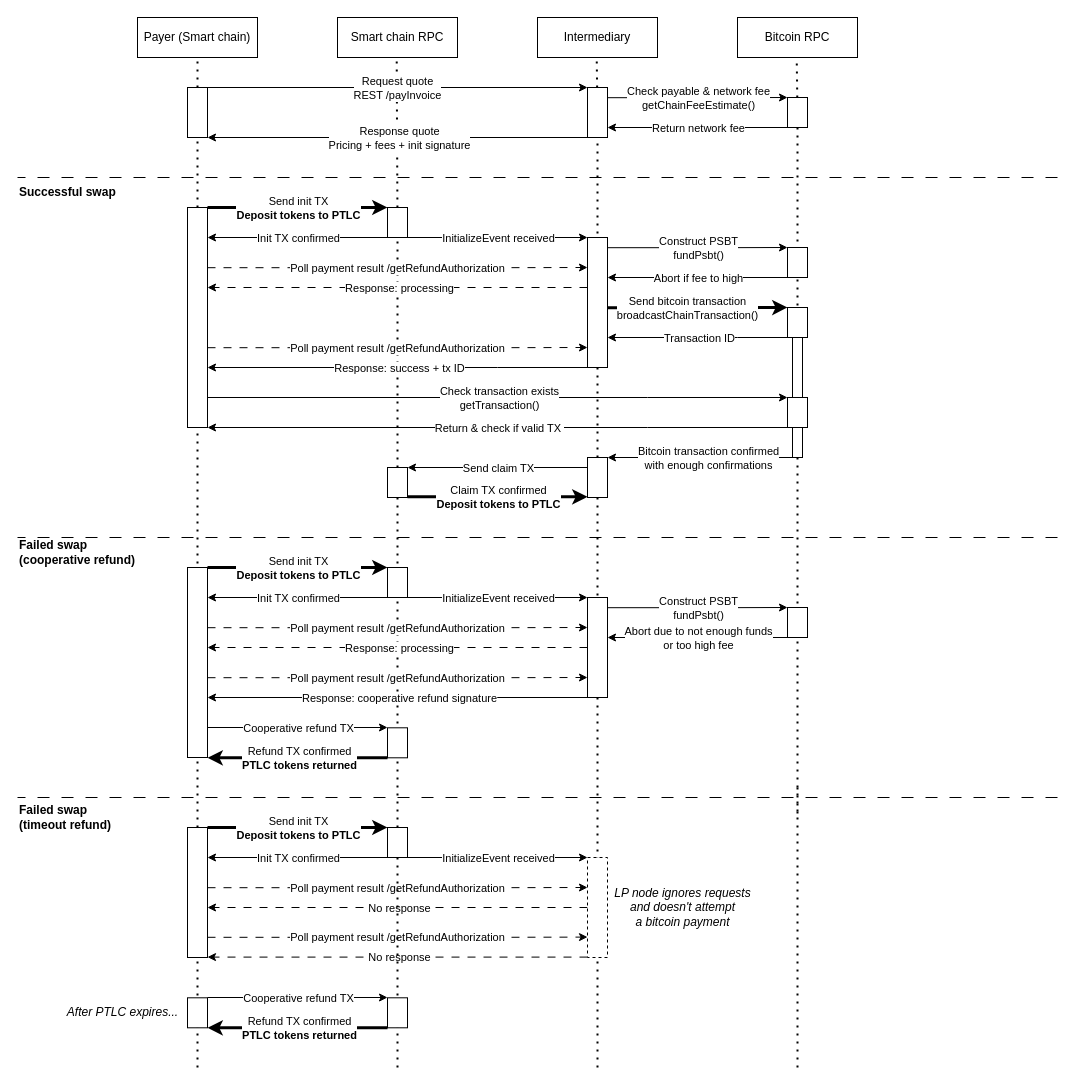
Before: diagrams/tobtc-diagram.drawio in atomiqlabs/atomiq-docs, a draw.io diagram. Source tidied: cells renumbered, new cells numbered last; positions are measured from the earlier drawing's top-left corner, leaving out a move shared by most shapes. Both pictures are drawn from the tidied source at 100%, with x=0, y=0 at pixel (17, 17).
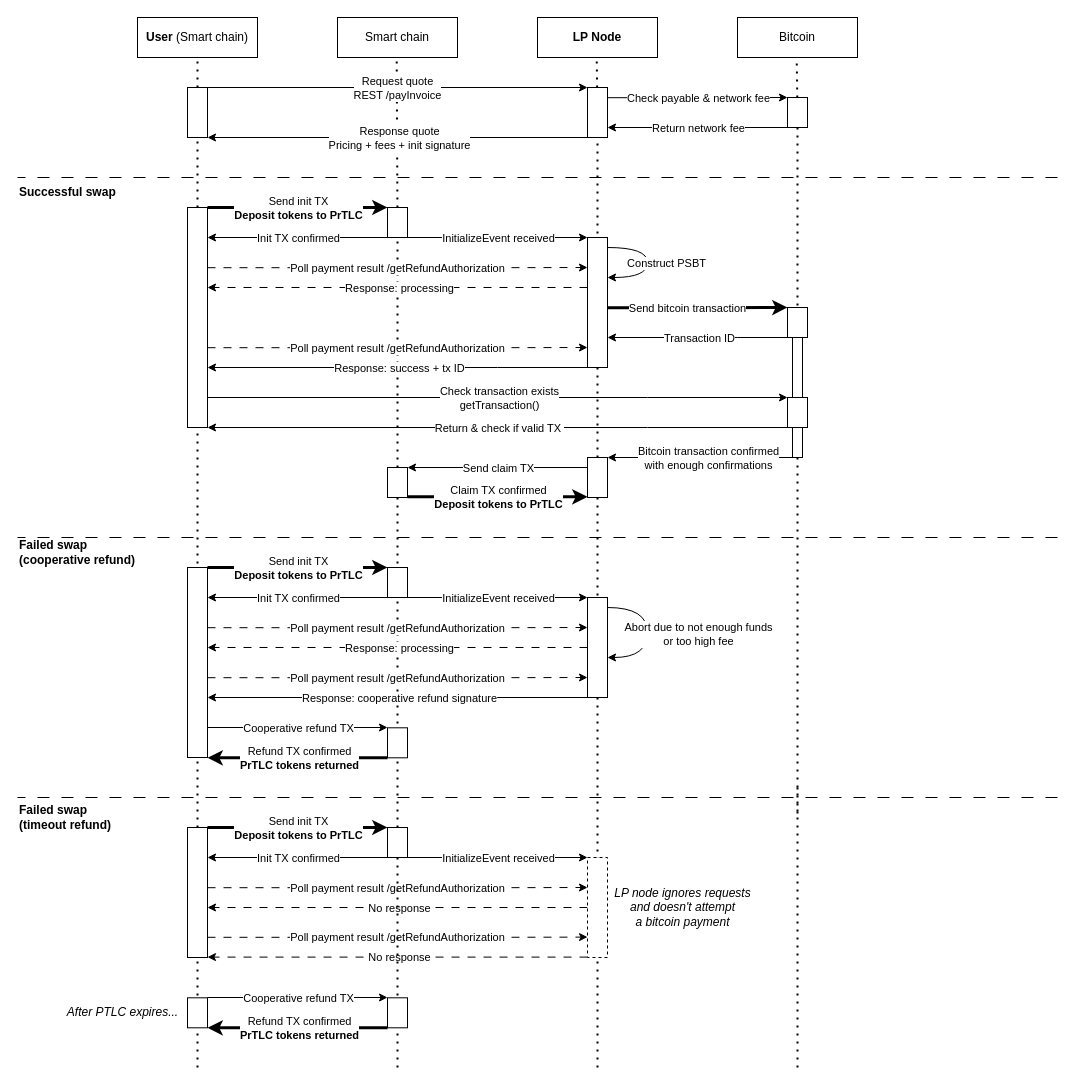
The same diagram, later.

The change refers to these unchanged cells:
```xml
<mxCell id="18" style="edgeStyle=orthogonalEdgeStyle;rounded=0;jettySize=auto;html=1;exitX=1;exitY=0;exitDx=0;exitDy=0;entryX=0;entryY=0;entryDx=0;entryDy=0;" parent="1" edge="1" target="23">
  <mxGeometry relative="1" as="geometry">
    <mxPoint x="590" y="80.2" as="sourcePoint" />
    <Array as="points">
      <mxPoint x="700" y="80" />
    </Array>
  </mxGeometry>
</mxCell>
<mxCell id="25" style="edgeStyle=orthogonalEdgeStyle;rounded=0;jettySize=auto;html=1;exitX=1;exitY=0;exitDx=0;exitDy=0;entryX=0;entryY=0;entryDx=0;entryDy=0;endArrow=classic;endFill=1;strokeWidth=3;" parent="1" edge="1" source="27" target="31">
  <mxGeometry relative="1" as="geometry">
    <Array as="points">
      <mxPoint x="280" y="190" />
      <mxPoint x="280" y="190" />
    </Array>
  </mxGeometry>
</mxCell>
<mxCell id="40" style="edgeStyle=orthogonalEdgeStyle;rounded=0;jettySize=auto;html=1;exitX=1;exitY=0;exitDx=0;exitDy=0;entryX=0;entryY=0;entryDx=0;entryDy=0;strokeWidth=3;" parent="1" edge="1" target="44">
  <mxGeometry relative="1" as="geometry">
    <mxPoint x="590" y="290.2" as="sourcePoint" />
    <Array as="points">
      <mxPoint x="700" y="290" />
    </Array>
  </mxGeometry>
</mxCell>
<mxCell id="53" style="edgeStyle=orthogonalEdgeStyle;rounded=0;jettySize=auto;html=1;exitX=1;exitY=0;exitDx=0;exitDy=0;entryX=0;entryY=0;entryDx=0;entryDy=0;endArrow=classic;endFill=1;strokeWidth=3;" parent="1" edge="1" source="55">
  <mxGeometry relative="1" as="geometry">
    <mxPoint x="370" y="810" as="targetPoint" />
    <Array as="points">
      <mxPoint x="280" y="810" />
      <mxPoint x="280" y="810" />
    </Array>
  </mxGeometry>
</mxCell>
<mxCell id="72" style="edgeStyle=orthogonalEdgeStyle;rounded=0;orthogonalLoop=1;jettySize=auto;html=1;exitX=0;exitY=1;exitDx=0;exitDy=0;strokeWidth=3;startArrow=none;startFill=0;endArrow=classic;endFill=1;" parent="1" edge="1">
  <mxGeometry relative="1" as="geometry">
    <mxPoint x="370" y="1010.3" as="sourcePoint" />
    <mxPoint x="190" y="1010.3" as="targetPoint" />
    <Array as="points">
      <mxPoint x="270" y="1010.3" />
      <mxPoint x="270" y="1010.3" />
    </Array>
  </mxGeometry>
</mxCell>
<mxCell id="93" style="edgeStyle=orthogonalEdgeStyle;rounded=0;orthogonalLoop=1;jettySize=auto;html=1;exitX=1;exitY=0;exitDx=0;exitDy=0;entryX=0;entryY=0;entryDx=0;entryDy=0;endArrow=classic;endFill=1;strokeWidth=3;" parent="1" edge="1">
  <mxGeometry relative="1" as="geometry">
    <mxPoint x="390" y="479.3" as="sourcePoint" />
    <mxPoint x="570" y="479.3" as="targetPoint" />
    <Array as="points">
      <mxPoint x="480" y="479.3" />
      <mxPoint x="480" y="479.3" />
    </Array>
  </mxGeometry>
</mxCell>
<mxCell id="99" style="edgeStyle=orthogonalEdgeStyle;rounded=0;jettySize=auto;html=1;exitX=1;exitY=0;exitDx=0;exitDy=0;entryX=0;entryY=0;entryDx=0;entryDy=0;endArrow=classic;endFill=1;strokeWidth=3;" parent="1" edge="1" source="101" target="104">
  <mxGeometry relative="1" as="geometry">
    <Array as="points">
      <mxPoint x="280" y="550" />
      <mxPoint x="280" y="550" />
    </Array>
  </mxGeometry>
</mxCell>
<mxCell id="124" style="edgeStyle=orthogonalEdgeStyle;rounded=0;jettySize=auto;html=1;exitX=0;exitY=1;exitDx=0;exitDy=0;strokeWidth=3;startArrow=none;startFill=0;endArrow=classic;endFill=1;" parent="1" edge="1" source="126">
  <mxGeometry relative="1" as="geometry">
    <mxPoint x="190" y="740.3" as="targetPoint" />
    <Array as="points">
      <mxPoint x="270" y="740.3" />
      <mxPoint x="270" y="740.3" />
    </Array>
  </mxGeometry>
</mxCell>
```

What changed in the source:
```diff
@@
-    <mxCell id="2" value="Payer (Smart chain)" style="rounded=0;whiteSpace=wrap;html=1;" parent="1" vertex="1">
+    <mxCell id="2" value="&lt;b&gt;User &lt;/b&gt;(Smart chain)" style="rounded=0;whiteSpace=wrap;html=1;" parent="1" vertex="1">
       <mxGeometry x="120" width="120" height="40" as="geometry" />
     </mxCell>
-    <mxCell id="3" value="Intermediary" style="rounded=0;whiteSpace=wrap;html=1;" parent="1" vertex="1">
+    <mxCell id="3" value="&lt;b&gt;LP Node&lt;/b&gt;" style="rounded=0;whiteSpace=wrap;html=1;" parent="1" vertex="1">
       <mxGeometry x="520" width="120" height="40" as="geometry" />
     </mxCell>
-    <mxCell id="4" value="Smart chain RPC" style="rounded=0;whiteSpace=wrap;html=1;" parent="1" vertex="1">
+    <mxCell id="4" value="Smart chain" style="rounded=0;whiteSpace=wrap;html=1;" parent="1" vertex="1">
       <mxGeometry x="320" width="120" height="40" as="geometry" />
     </mxCell>
@@
-    <mxCell id="16" value="Bitcoin RPC" style="rounded=0;whiteSpace=wrap;html=1;" parent="1" vertex="1">
+    <mxCell id="16" value="Bitcoin" style="rounded=0;whiteSpace=wrap;html=1;" parent="1" vertex="1">
       <mxGeometry x="720" width="120" height="40" as="geometry" />
     </mxCell>
@@
-    <mxCell id="19" value="Check payable &amp;amp; network fee&lt;br&gt;getChainFeeEstimate()" style="edgeLabel;html=1;align=center;verticalAlign=middle;" parent="18" vertex="1">
+    <mxCell id="19" value="Check payable &amp;amp; network fee" style="edgeLabel;html=1;align=center;verticalAlign=middle;" parent="18" vertex="1">
       <mxGeometry x="-0.11" y="-2" relative="1" as="geometry">
         <mxPoint x="10" y="-2" as="offset" />
       </mxGeometry>
     </mxCell>
@@
-    <mxCell id="26" value="Send init TX&lt;br&gt;&lt;b&gt;Deposit tokens to PTLC&lt;/b&gt;" style="edgeLabel;html=1;align=center;verticalAlign=middle;" parent="25" vertex="1">
+    <mxCell id="26" value="Send init TX&lt;br&gt;&lt;b&gt;Deposit tokens to PrTLC&lt;/b&gt;" style="edgeLabel;html=1;align=center;verticalAlign=middle;" parent="25" vertex="1">
       <mxGeometry x="-0.07" relative="1" as="geometry">
         <mxPoint x="6" as="offset" />
       </mxGeometry>
     </mxCell>
@@
-    <mxCell id="35" style="edgeStyle=orthogonalEdgeStyle;rounded=0;jettySize=auto;html=1;exitX=1;exitY=0;exitDx=0;exitDy=0;entryX=0;entryY=0;entryDx=0;entryDy=0;" parent="1" edge="1" target="39">
-      <mxGeometry relative="1" as="geometry">
-        <mxPoint x="590" y="230.2" as="sourcePoint" />
-        <Array as="points">
-          <mxPoint x="700" y="230" />
-        </Array>
-      </mxGeometry>
-    </mxCell>
-    <mxCell id="36" value="Construct PSBT&lt;br&gt;fundPsbt()" style="edgeLabel;html=1;align=center;verticalAlign=middle;" parent="35" vertex="1">
-      <mxGeometry x="-0.11" y="-2" relative="1" as="geometry">
-        <mxPoint x="10" y="-2" as="offset" />
-      </mxGeometry>
-    </mxCell>
-    <mxCell id="37" style="edgeStyle=orthogonalEdgeStyle;rounded=0;jettySize=auto;html=1;exitX=0;exitY=1;exitDx=0;exitDy=0;" parent="1" edge="1" source="39">
-      <mxGeometry relative="1" as="geometry">
-        <mxPoint x="590" y="260" as="targetPoint" />
-        <Array as="points">
-          <mxPoint x="590" y="260" />
-        </Array>
-      </mxGeometry>
-    </mxCell>
-    <mxCell id="38" value="Abort if fee to high" style="edgeLabel;html=1;align=center;verticalAlign=middle;" parent="37" vertex="1">
-      <mxGeometry x="-0.09" y="-1" relative="1" as="geometry">
-        <mxPoint x="-8" y="1" as="offset" />
-      </mxGeometry>
-    </mxCell>
-    <mxCell id="39" style="rounded=0;whiteSpace=wrap;html=1;" parent="1" vertex="1">
-      <mxGeometry x="770" y="230" width="20" height="30" as="geometry" />
-    </mxCell>
@@
-    <mxCell id="41" value="Send bitcoin transaction&lt;br&gt;broadcastChainTransaction()" style="edgeLabel;html=1;align=center;verticalAlign=middle;" parent="40" vertex="1">
+    <mxCell id="41" value="Send bitcoin transaction" style="edgeLabel;html=1;align=center;verticalAlign=middle;" parent="40" vertex="1">
       <mxGeometry x="-0.11" y="-2" relative="1" as="geometry">
         <mxPoint x="-1" y="-2" as="offset" />
       </mxGeometry>
     </mxCell>
@@
-    <mxCell id="54" value="Send init TX&lt;br&gt;&lt;b&gt;Deposit tokens to PTLC&lt;/b&gt;" style="edgeLabel;html=1;align=center;verticalAlign=middle;" parent="53" vertex="1">
+    <mxCell id="54" value="Send init TX&lt;br&gt;&lt;b&gt;Deposit tokens to PrTLC&lt;/b&gt;" style="edgeLabel;html=1;align=center;verticalAlign=middle;" parent="53" vertex="1">
       <mxGeometry x="-0.07" relative="1" as="geometry">
         <mxPoint x="6" as="offset" />
       </mxGeometry>
     </mxCell>
@@
-    <mxCell id="73" value="Refund TX confirmed&lt;br&gt;&lt;b&gt;PTLC tokens returned&lt;/b&gt;" style="edgeLabel;html=1;align=center;verticalAlign=middle;" parent="72" vertex="1">
+    <mxCell id="73" value="Refund TX confirmed&lt;br&gt;&lt;b&gt;PrTLC tokens returned&lt;/b&gt;" style="edgeLabel;html=1;align=center;verticalAlign=middle;" parent="72" vertex="1">
       <mxGeometry x="0.07" y="-1" relative="1" as="geometry">
         <mxPoint x="7" y="1" as="offset" />
       </mxGeometry>
     </mxCell>
@@
-    <mxCell id="94" value="Claim TX confirmed&lt;br&gt;&lt;b&gt;Deposit tokens to PTLC&lt;/b&gt;" style="edgeLabel;html=1;align=center;verticalAlign=middle;" parent="93" vertex="1">
+    <mxCell id="94" value="Claim TX confirmed&lt;br&gt;&lt;b&gt;Deposit tokens to PrTLC&lt;/b&gt;" style="edgeLabel;html=1;align=center;verticalAlign=middle;" parent="93" vertex="1">
       <mxGeometry x="-0.07" relative="1" as="geometry">
         <mxPoint x="6" as="offset" />
       </mxGeometry>
     </mxCell>
@@
-    <mxCell id="100" value="Send init TX&lt;br&gt;&lt;b&gt;Deposit tokens to PTLC&lt;/b&gt;" style="edgeLabel;html=1;align=center;verticalAlign=middle;" parent="99" vertex="1">
+    <mxCell id="100" value="Send init TX&lt;br&gt;&lt;b&gt;Deposit tokens to PrTLC&lt;/b&gt;" style="edgeLabel;html=1;align=center;verticalAlign=middle;" parent="99" vertex="1">
       <mxGeometry x="-0.07" relative="1" as="geometry">
         <mxPoint x="6" as="offset" />
       </mxGeometry>
     </mxCell>
@@
-    <mxCell id="108" style="edgeStyle=orthogonalEdgeStyle;rounded=0;jettySize=auto;html=1;exitX=1;exitY=0;exitDx=0;exitDy=0;entryX=0;entryY=0;entryDx=0;entryDy=0;" parent="1" edge="1" target="112">
-      <mxGeometry relative="1" as="geometry">
-        <mxPoint x="590" y="590.2" as="sourcePoint" />
-        <Array as="points">
-          <mxPoint x="700" y="590" />
-        </Array>
-      </mxGeometry>
-    </mxCell>
-    <mxCell id="109" value="Construct PSBT&lt;br&gt;fundPsbt()" style="edgeLabel;html=1;align=center;verticalAlign=middle;" parent="108" vertex="1">
-      <mxGeometry x="-0.11" y="-2" relative="1" as="geometry">
-        <mxPoint x="10" y="-2" as="offset" />
-      </mxGeometry>
-    </mxCell>
-    <mxCell id="110" style="edgeStyle=orthogonalEdgeStyle;rounded=0;jettySize=auto;html=1;exitX=0;exitY=1;exitDx=0;exitDy=0;" parent="1" edge="1" source="112">
-      <mxGeometry relative="1" as="geometry">
-        <mxPoint x="590" y="620" as="targetPoint" />
-        <Array as="points">
-          <mxPoint x="590" y="620" />
-        </Array>
-      </mxGeometry>
-    </mxCell>
-    <mxCell id="111" value="Abort due to not enough funds&lt;br&gt;or too high fee" style="edgeLabel;html=1;align=center;verticalAlign=middle;" parent="110" vertex="1">
-      <mxGeometry x="-0.09" y="-1" relative="1" as="geometry">
-        <mxPoint x="-8" y="1" as="offset" />
-      </mxGeometry>
-    </mxCell>
-    <mxCell id="112" style="rounded=0;whiteSpace=wrap;html=1;" parent="1" vertex="1">
-      <mxGeometry x="770" y="590" width="20" height="30" as="geometry" />
-    </mxCell>
@@
-    <mxCell id="125" value="Refund TX confirmed&lt;br&gt;&lt;b&gt;PTLC tokens returned&lt;/b&gt;" style="edgeLabel;html=1;align=center;verticalAlign=middle;" parent="124" vertex="1">
+    <mxCell id="125" value="Refund TX confirmed&lt;br&gt;&lt;b&gt;PrTLC tokens returned&lt;/b&gt;" style="edgeLabel;html=1;align=center;verticalAlign=middle;" parent="124" vertex="1">
       <mxGeometry x="0.07" y="-1" relative="1" as="geometry">
         <mxPoint x="7" y="1" as="offset" />
       </mxGeometry>
     </mxCell>
@@
+    <mxCell id="130" style="curved=1;endArrow=classic;html=1;rounded=0;" parent="1" edge="1">
+      <mxGeometry relative="1" as="geometry">
+        <mxPoint x="590" y="230" as="sourcePoint" />
+        <mxPoint x="590" y="260" as="targetPoint" />
+        <Array as="points">
+          <mxPoint x="630" y="230" />
+          <mxPoint x="630" y="260" />
+        </Array>
+      </mxGeometry>
+    </mxCell>
+    <mxCell id="131" value="Construct PSBT" style="edgeLabel;html=1;align=center;verticalAlign=middle;" parent="130" vertex="1">
+      <mxGeometry x="0.1" y="-5" relative="1" as="geometry">
+        <mxPoint x="23" y="-6" as="offset" />
+      </mxGeometry>
+    </mxCell>
+    <mxCell id="132" style="curved=1;endArrow=classic;html=1;rounded=0;" parent="1" edge="1">
+      <mxGeometry relative="1" as="geometry">
+        <mxPoint x="590" y="590" as="sourcePoint" />
+        <mxPoint x="590" y="640" as="targetPoint" />
+        <Array as="points">
+          <mxPoint x="630" y="590" />
+          <mxPoint x="630" y="640" />
+        </Array>
+      </mxGeometry>
+    </mxCell>
+    <mxCell id="111" value="Abort due to not enough funds&lt;br style=&quot;border-color: var(--border-color);&quot;&gt;or too high fee" style="edgeLabel;html=1;align=center;verticalAlign=middle;" parent="132" vertex="1">
+      <mxGeometry x="0.1" y="-5" relative="1" as="geometry">
+        <mxPoint x="55" y="-6" as="offset" />
+      </mxGeometry>
+    </mxCell>
```
